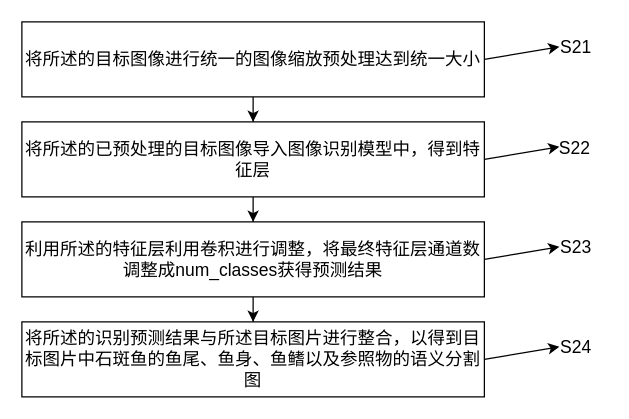
Above: 一种自动估算石斑鱼体型大小方法图3.drawio in 729973389/picture (draw.io), before the change. Source tidied: cells renumbered, new cells numbered last; positions are measured from the earlier drawing's top-left corner, leaving out a move shared by most shapes. Both pictures are drawn from the tidied source at 125%, with x=0, y=0 at pixel (21, 21).
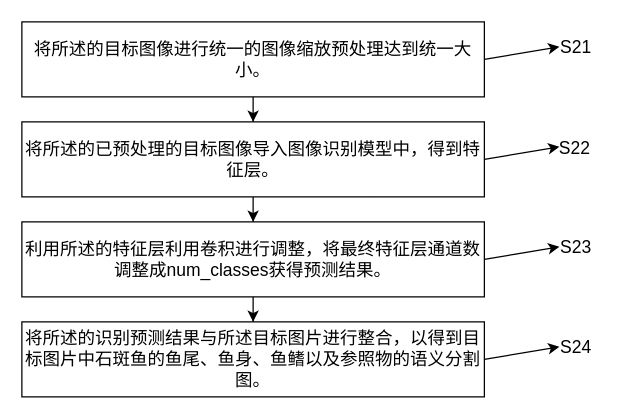
Above is the later version.

Commit message (it also covers changes not shown here):
更新一种自动估算石斑鱼体型大小方法图3.drawio

The edit, as a diff of the source:
```diff
@@
-    <mxCell id="3" value="&lt;font style=&quot;font-size: 14px;&quot;&gt;将所述的目标图像进行统一&lt;font style=&quot;&quot;&gt;的&lt;/font&gt;图像缩放预处理达到统一大小&lt;/font&gt;" style="rounded=0;whiteSpace=wrap;html=1;" parent="1" vertex="1">
+    <mxCell id="3" value="&lt;font style=&quot;font-size: 14px;&quot;&gt;将所述的目标图像进行统一&lt;font style=&quot;&quot;&gt;的&lt;/font&gt;图像缩放预处理达到统一大小。&lt;/font&gt;" style="rounded=0;whiteSpace=wrap;html=1;" parent="1" vertex="1">
       <mxGeometry width="370" height="60" as="geometry" />
     </mxCell>
@@
-    <mxCell id="6" value="&lt;font style=&quot;font-size: 14px;&quot;&gt;将所述的已预处理的目标图像导入图像识别&lt;font style=&quot;&quot;&gt;模型&lt;/font&gt;中，得到特征层&lt;/font&gt;" style="rounded=0;whiteSpace=wrap;html=1;" parent="1" vertex="1">
+    <mxCell id="6" value="&lt;font style=&quot;font-size: 14px;&quot;&gt;将所述的已预处理的目标图像导入图像识别&lt;font style=&quot;&quot;&gt;模型&lt;/font&gt;中，得到特征层。&lt;/font&gt;" style="rounded=0;whiteSpace=wrap;html=1;" parent="1" vertex="1">
       <mxGeometry y="80" width="370" height="60" as="geometry" />
     </mxCell>
@@
-    <mxCell id="12" value="&lt;font style=&quot;font-size: 14px;&quot;&gt;利用所述的特征层利用卷积进行调整，将最终特征层通道数调整成num_classes获得预测结果&lt;/font&gt;" style="rounded=0;whiteSpace=wrap;html=1;" parent="1" vertex="1">
+    <mxCell id="12" value="&lt;font style=&quot;font-size: 14px;&quot;&gt;利用所述的特征层利用卷积进行调整，将最终特征层通道数调整成num_classes获得预测结果。&lt;/font&gt;" style="rounded=0;whiteSpace=wrap;html=1;" parent="1" vertex="1">
       <mxGeometry y="160" width="370" height="60" as="geometry" />
     </mxCell>
-    <mxCell id="13" value="&lt;font style=&quot;font-size: 14px;&quot;&gt;将所述的识别预测结果与所述目标图片进行整合，以得到目标图片中石斑鱼的鱼尾、鱼身、鱼鳍以及参照物的语义分割图&lt;/font&gt;" style="rounded=0;whiteSpace=wrap;html=1;" parent="1" vertex="1">
+    <mxCell id="13" value="&lt;font style=&quot;font-size: 14px;&quot;&gt;将所述的识别预测结果与所述目标图片进行整合，以得到目标图片中石斑鱼的鱼尾、鱼身、鱼鳍以及参照物的语义分割图。&lt;/font&gt;" style="rounded=0;whiteSpace=wrap;html=1;" parent="1" vertex="1">
       <mxGeometry y="240" width="370" height="60" as="geometry" />
     </mxCell>
```
